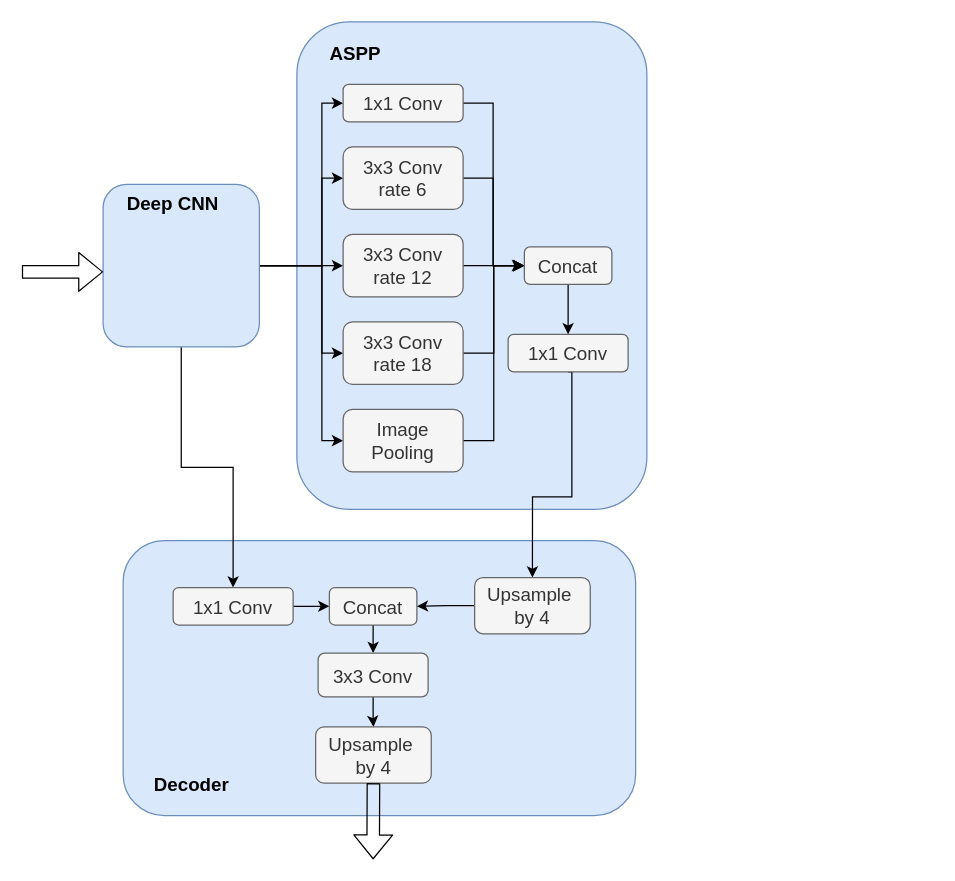
This is DeepLab.drawio from SingerGao/Graph, a draw.io file, before an edit. Source tidied: cells renumbered, new cells numbered last; positions are measured from the earlier drawing's top-left corner, leaving out a move shared by most shapes. Both pictures are drawn from the tidied source at 125%, with x=0, y=0 at pixel (21, 21).
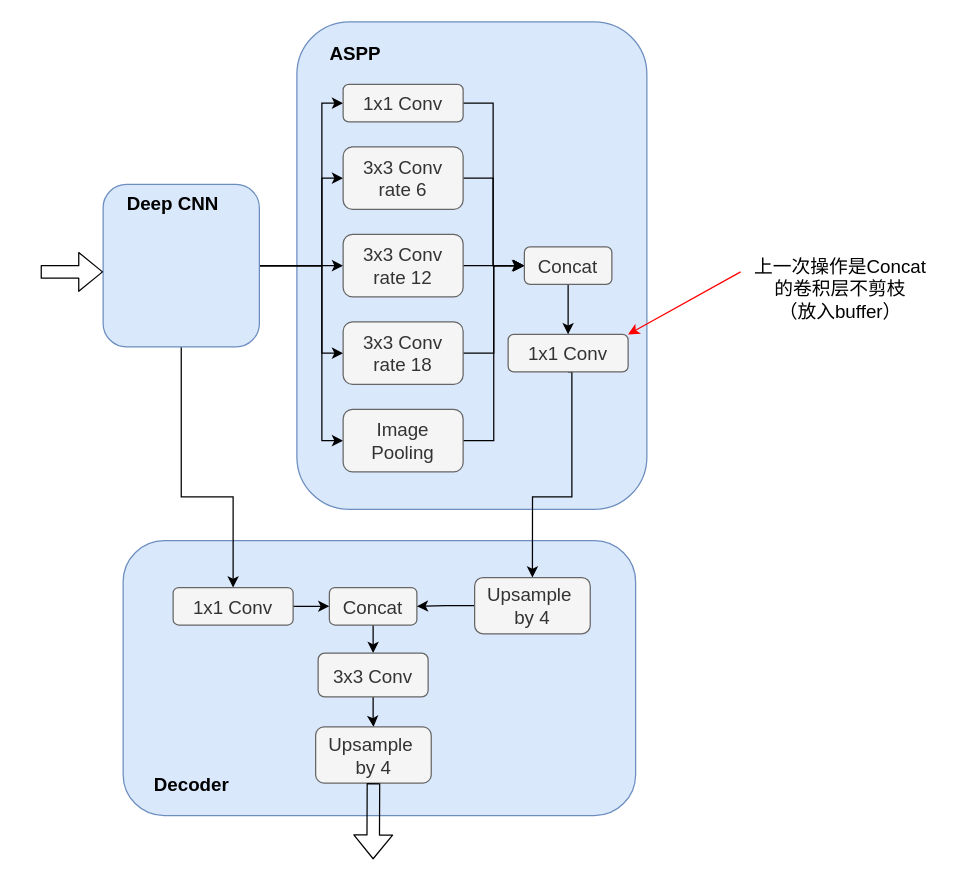
The same page after the edit.

Unchanged cells that the change refers to:
```xml
<mxCell id="10" style="rounded=1;whiteSpace=wrap;html=1;fillColor=#dae8fc;strokeColor=#6c8ebf;" parent="1" vertex="1">
  <mxGeometry x="65" y="130" width="125" height="130" as="geometry" />
</mxCell>
<mxCell id="24" value="1x1 Conv" style="rounded=1;whiteSpace=wrap;html=1;fontSize=15;fillColor=#f5f5f5;strokeColor=#666666;fontColor=#333333;" parent="1" vertex="1">
  <mxGeometry x="389" y="250" width="96" height="30" as="geometry" />
</mxCell>
<mxCell id="28" value="1x1 Conv" style="rounded=1;whiteSpace=wrap;html=1;fontSize=15;fillColor=#f5f5f5;strokeColor=#666666;fontColor=#333333;" parent="1" vertex="1">
  <mxGeometry x="121" y="452.5" width="96" height="30" as="geometry" />
</mxCell>
```

Diff of the diagram source:
```diff
@@
     <mxCell id="5" style="edgeStyle=orthogonalEdgeStyle;rounded=0;jettySize=auto;html=1;exitX=0.5;exitY=1;exitDx=0;exitDy=0;entryX=0.5;entryY=0;entryDx=0;entryDy=0;fontSize=15;" parent="1" edge="1" source="10" target="28">
-      <mxGeometry relative="1" as="geometry" />
+      <mxGeometry relative="1" as="geometry">
+        <Array as="points">
+          <mxPoint x="127" y="380" />
+          <mxPoint x="169" y="380" />
+        </Array>
+      </mxGeometry>
     </mxCell>
@@
     <mxCell id="36" style="shape=flexArrow;endArrow=classic;html=1;fontSize=15;" parent="1" edge="1">
       <mxGeometry relative="1" as="geometry">
-        <mxPoint y="200" as="sourcePoint" />
+        <mxPoint x="15" y="200" as="sourcePoint" />
         <mxPoint x="65" y="200" as="targetPoint" />
       </mxGeometry>
     </mxCell>
@@
+    <mxCell id="39" style="endArrow=classic;html=1;fontSize=15;entryX=1;entryY=0;entryDx=0;entryDy=0;strokeColor=#FF0000;" parent="1" edge="1" target="24">
+      <mxGeometry relative="1" as="geometry">
+        <mxPoint x="575" y="200" as="sourcePoint" />
+      </mxGeometry>
+    </mxCell>
+    <mxCell id="40" value="上一次操作是Concat的卷积层不剪枝&lt;br&gt;（放入buffer）" style="text;html=1;strokeColor=none;fillColor=none;align=center;verticalAlign=middle;whiteSpace=wrap;rounded=0;fontSize=15;" parent="1" vertex="1">
+      <mxGeometry x="580" y="185" width="150" height="55" as="geometry" />
+    </mxCell>
```
